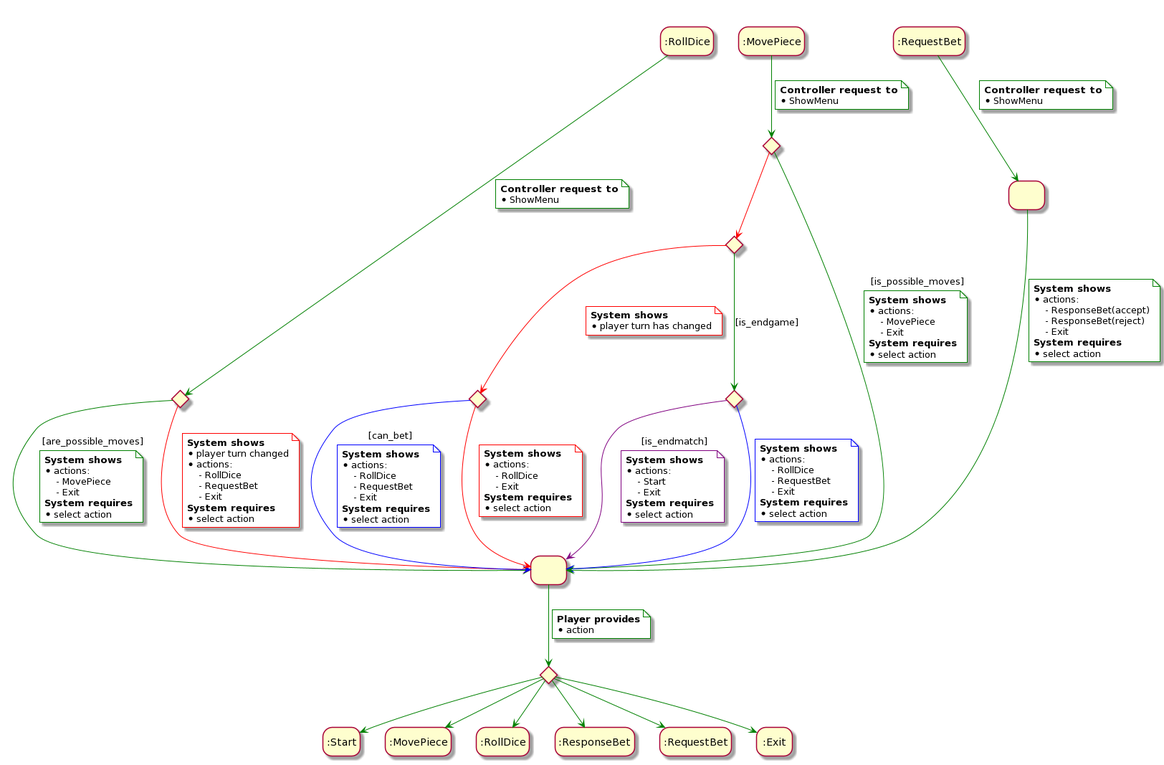
The PlantUML diagram rup/usecase/show_menu.png in USantaTecla-game-backgammon/backgammon, before a commit. The source it was exported from:
```plantuml
@startuml
hide empty description

state IniRollDice as ":RollDice"
state IniRequestBet as ":RequestBet"
state IniMovePiece as ":MovePiece"
state 3 as " "
state 4 as " "

state possible_moves <<choice>>
state select_action <<choice>>

state is_endgame <<choice>>
state is_endmatch <<choice>>
state is_possible_moves <<choice>>
state can_bet <<choice>>

IniRollDice -[#green]-> possible_moves
note on link #white
    <b>Controller request to</b>
    * ShowMenu
end note

possible_moves -[#green]-> 4 : [are_possible_moves]
note on link #white
    <b>System shows</b>
    * actions:
        - MovePiece
        - Exit
    <b>System requires</b>
    * select action
end note

possible_moves -[#red]-> 4
note on link #white
    <b>System shows</b>
    * player turn changed
    * actions:
        - RollDice
        - RequestBet
        - Exit
    <b>System requires</b>
    * select action
end note

IniMovePiece -[#green]-> is_possible_moves
note on link #white
    <b>Controller request to</b>
    * ShowMenu
end note

is_possible_moves -[#green]-> 4 : [is_possible_moves]
note on link #white
    <b>System shows</b>
    * actions:
        - MovePiece
        - Exit
    <b>System requires</b>
    * select action
end note

is_possible_moves -[#red]-> is_endgame

is_endgame -[#green]-> is_endmatch : [is_endgame]
is_endgame -[#red]-> can_bet
note on link #white
    <b>System shows</b>
    * player turn has changed
end note

is_endmatch -[#purple]-> 4 : [is_endmatch]
note on link #white
    <b>System shows</b>
    * actions:
        - Start
        - Exit
    <b>System requires</b>
    * select action
end note

is_endmatch -[#blue]-> 4
note on link #white
    <b>System shows</b>
    * actions:
        - RollDice
        - RequestBet
        - Exit
    <b>System requires</b>
    * select action
end note

can_bet -[#blue]-> 4 : [can_bet]
note on link #white
    <b>System shows</b>
    * actions:
        - RollDice
        - RequestBet
        - Exit
    <b>System requires</b>
    * select action
end note

can_bet -[#red]-> 4
note on link #white
    <b>System shows</b>
    * actions:
        - RollDice
        - Exit
    <b>System requires</b>
    * select action
end note


IniRequestBet -[#green]-> 3
note on link #white
    <b>Controller request to</b>
    * ShowMenu
end note

3 -[#green]-> 4
note on link #white
    <b>System shows</b>
    * actions:
        - ResponseBet(accept)
        - ResponseBet(reject)
        - Exit
    <b>System requires</b>
    * select action
end note

4 -[#green]-> select_action
note on link #white
    <b>Player provides</b>
    * action
end note

select_action -[#green]-> :Start
select_action -[#green]-> :MovePiece
select_action -[#green]-> :RollDice
select_action -[#green]-> :ResponseBet
select_action -[#green]-> :RequestBet
select_action -[#green]-> :Exit

IniRollDice -[hidden]right-> IniRequestBet
IniRollDice -[hidden]right-> IniMovePiece
@enduml
```
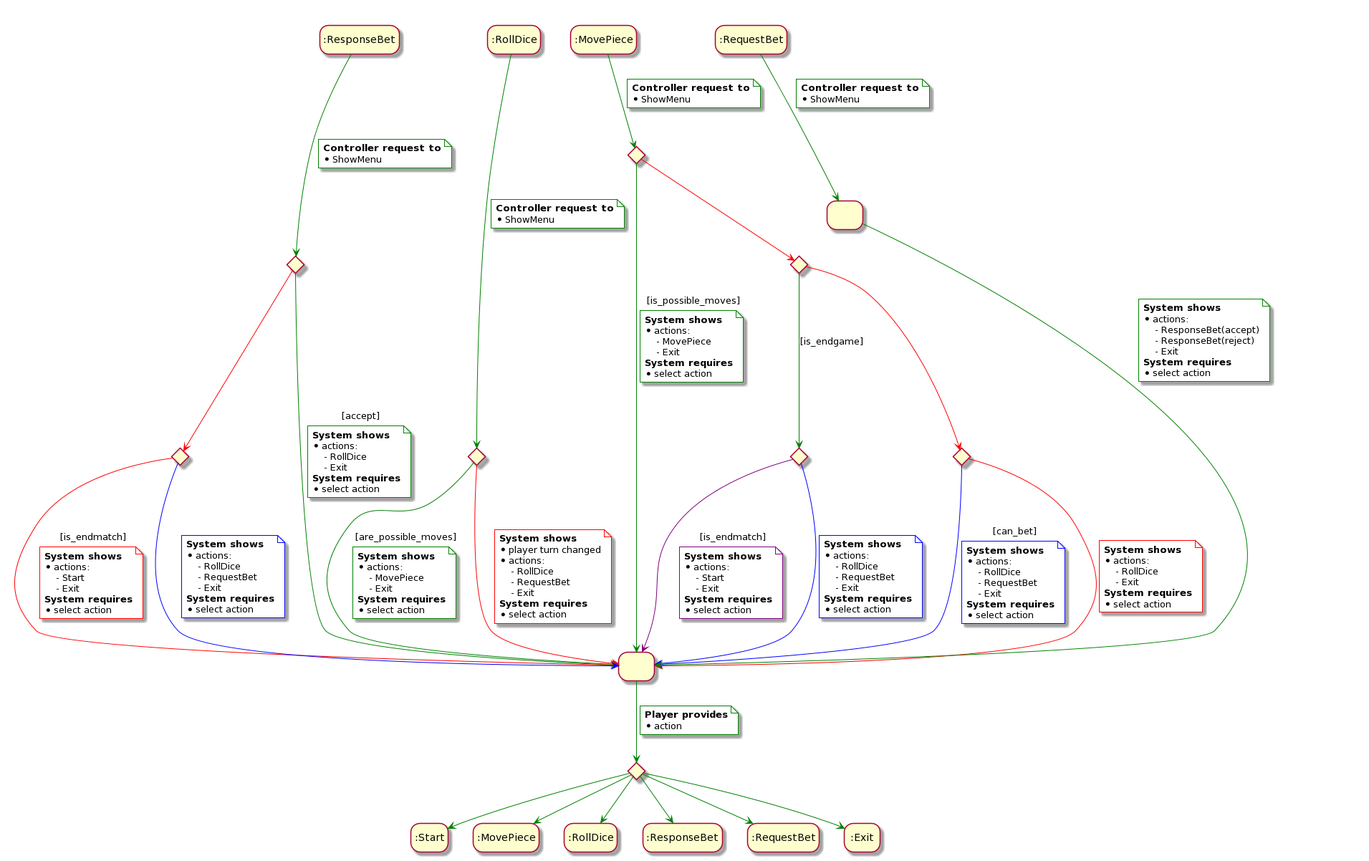
Later version of the same file.

What changed in the source:
```diff
@@ -3,6 +3,7 @@
 
 state IniRollDice as ":RollDice"
 state IniRequestBet as ":RequestBet"
+state IniResponseBet as ":ResponseBet"
 state IniMovePiece as ":MovePiece"
 state 3 as " "
 state 4 as " "
@@ -14,6 +15,8 @@
 state is_endmatch <<choice>>
 state is_possible_moves <<choice>>
 state can_bet <<choice>>
+state response_bet <<choice>>
+state response_is_endmatch <<choice>>
 
 IniRollDice -[#green]-> possible_moves
 note on link #white
@@ -63,10 +66,6 @@
 
 is_endgame -[#green]-> is_endmatch : [is_endgame]
 is_endgame -[#red]-> can_bet
-note on link #white
-    <b>System shows</b>
-    * player turn has changed
-end note
 
 is_endmatch -[#purple]-> 4 : [is_endmatch]
 note on link #white
@@ -134,6 +133,44 @@
     * action
 end note
 
+IniResponseBet -[#green]-> response_bet
+note on link #white
+    <b>Controller request to</b>
+    * ShowMenu
+end note
+
+response_bet -[#green]-> 4 : [accept]
+note on link #white
+    <b>System shows</b>
+    * actions:
+        - RollDice
+        - Exit
+    <b>System requires</b>
+    * select action
+end note
+
+response_bet -[#red]-> response_is_endmatch
+response_is_endmatch -[#red]-> 4 : [is_endmatch]
+note on link #white
+    <b>System shows</b>
+    * actions:
+        - Start
+        - Exit
+    <b>System requires</b>
+    * select action
+end note
+
+response_is_endmatch -[#blue]-> 4
+note on link #white
+    <b>System shows</b>
+    * actions:
+        - RollDice
+        - RequestBet
+        - Exit
+    <b>System requires</b>
+    * select action
+end note
+
 select_action -[#green]-> :Start
 select_action -[#green]-> :MovePiece
 select_action -[#green]-> :RollDice
@@ -143,4 +180,5 @@
 
 IniRollDice -[hidden]right-> IniRequestBet
 IniRollDice -[hidden]right-> IniMovePiece
+IniRollDice -[hidden]left-> IniResponseBet
 @enduml
```
